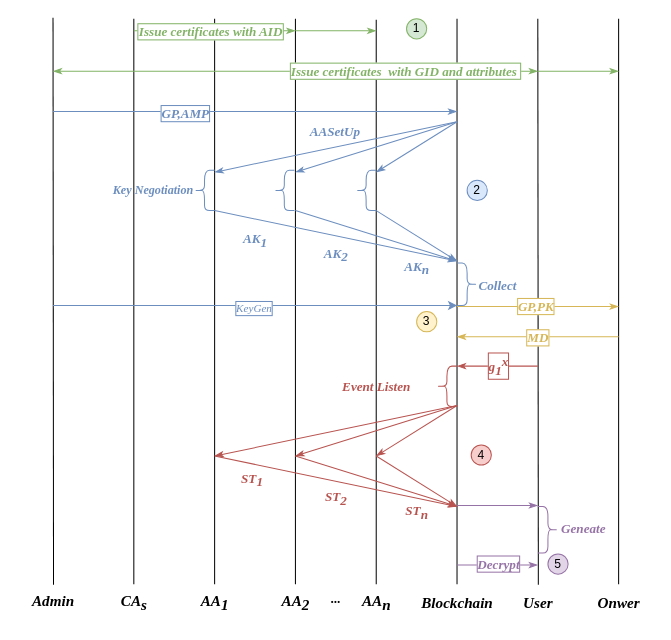
This is systemarchitecture.drawio from Mr-doublehappines/httpServer, a draw.io file, before an edit. Source tidied: cells renumbered, new cells numbered last; positions are measured from the earlier drawing's top-left corner, leaving out a move shared by most shapes. Both pictures are drawn from the tidied source at 101%, with x=0, y=0 at pixel (17, 17).
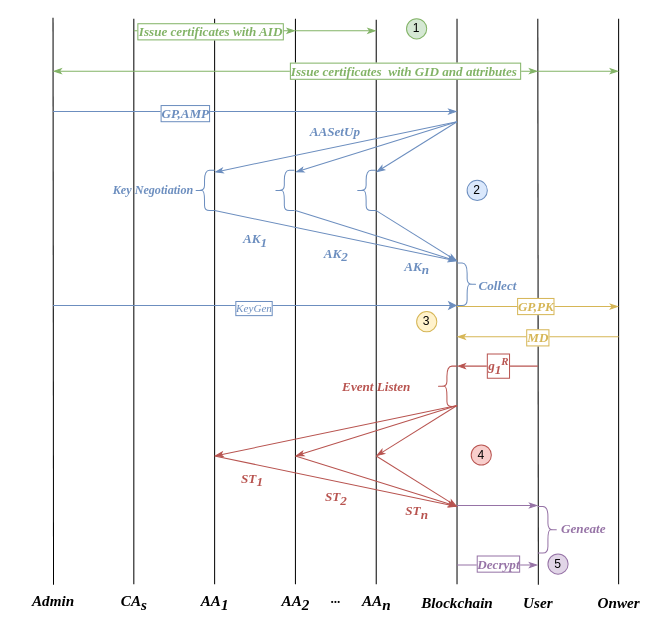
The same diagram, later.

The change refers to these unchanged cells:
```xml
<mxCell id="26" style="endArrow=classicThin;html=1;rounded=0;endFill=1;fontFamily=Times New Roman;fontStyle=3;fillColor=#f8cecc;strokeColor=#b85450;fontColor=#B85450;fontSize=13;" parent="1" edge="1">
  <mxGeometry relative="1" as="geometry">
    <mxPoint x="515" y="345" as="sourcePoint" />
    <mxPoint x="435" y="345" as="targetPoint" />
  </mxGeometry>
</mxCell>
```

What changed in the source:
```diff
@@
-    <mxCell id="27" value="g&lt;sub style=&quot;font-size: 13px;&quot;&gt;1&lt;/sub&gt;&lt;sup style=&quot;font-size: 13px;&quot;&gt;x&lt;/sup&gt;" style="edgeLabel;html=1;align=center;verticalAlign=middle;fontFamily=Times New Roman;fontStyle=3;fontColor=#B85450;fontSize=13;labelBorderColor=#B85450;" parent="26" vertex="1">
+    <mxCell id="27" value="g&lt;sub style=&quot;font-size: 13px;&quot;&gt;1&lt;/sub&gt;&lt;sup style=&quot;&quot;&gt;R&lt;/sup&gt;" style="edgeLabel;html=1;align=center;verticalAlign=middle;fontFamily=Times New Roman;fontStyle=3;fontColor=#B85450;fontSize=13;labelBorderColor=#B85450;" parent="26" vertex="1">
       <mxGeometry y="-1" relative="1" as="geometry" />
     </mxCell>
```
